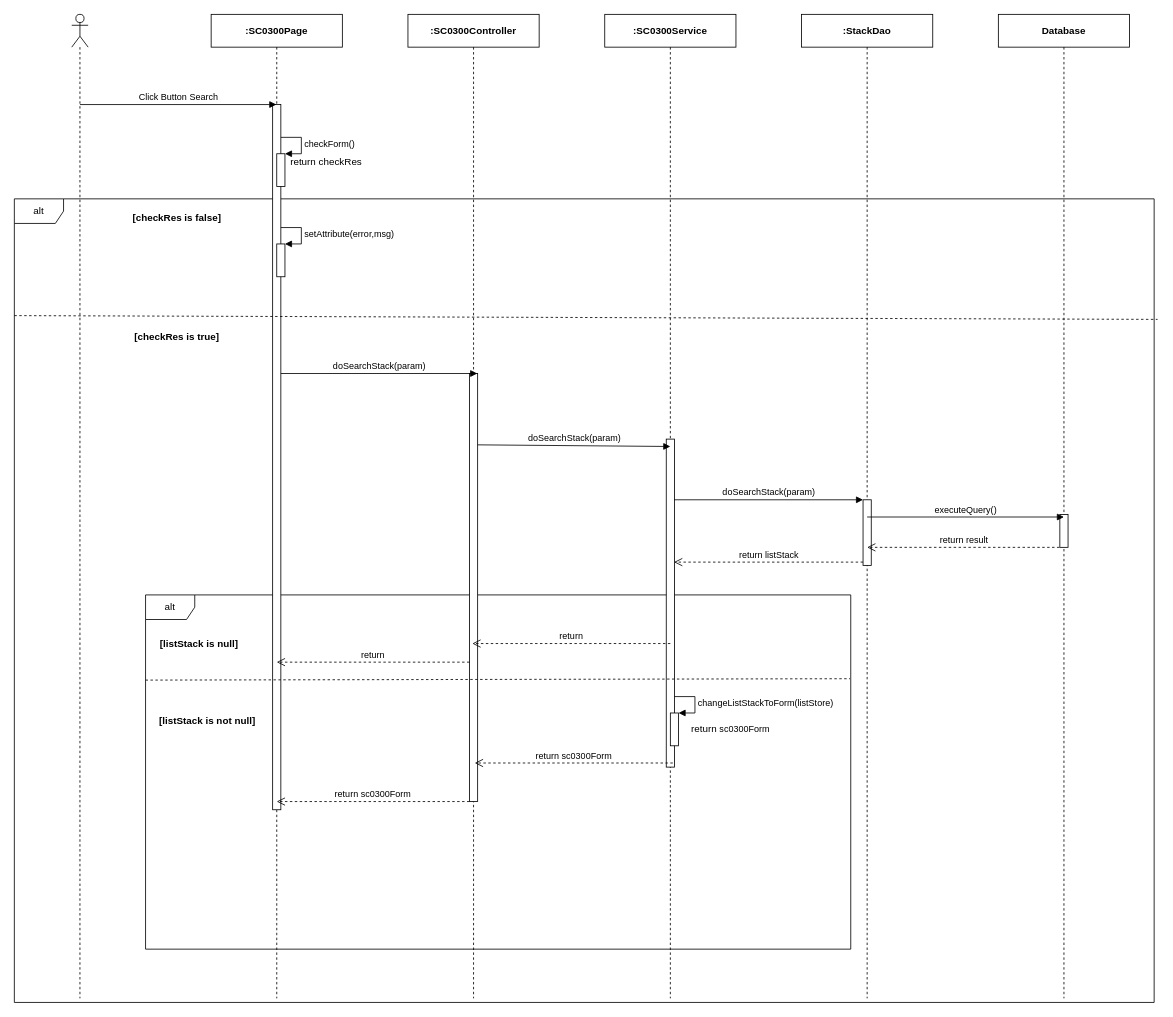
Earlier version of the draw.io diagram page "Ev02" (2 of 4) of 2. Approved/SEQ Diagram/sc03/SC0300_StackManage.drawio (luannmdev/CapstoneDocument). Source tidied: cells renumbered, new cells numbered last; positions are measured from the earlier drawing's top-left corner, leaving out a move shared by most shapes. Both pictures are drawn from the tidied source at 82%, with x=0, y=0 at pixel (14, 14).
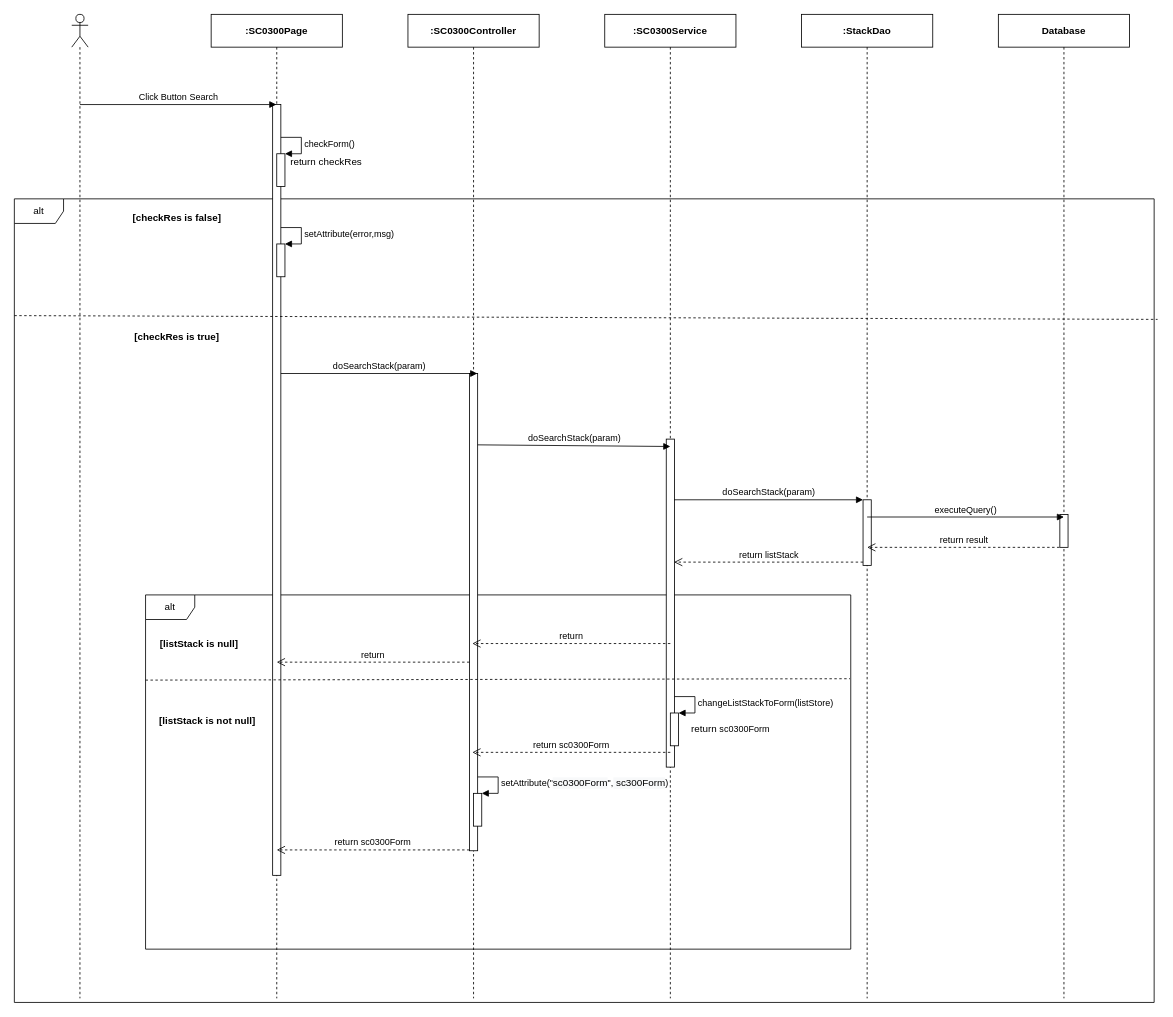
After the change.

Commit message (it also covers changes not shown here):
TruongTN add setAttribute for form

Unchanged cells that the change refers to:
```xml
<mxCell id="5" value="&lt;b&gt;:SC0300Page&lt;/b&gt;" style="shape=umlLifeline;perimeter=lifelinePerimeter;whiteSpace=wrap;html=1;outlineConnect=0;" parent="1" vertex="1">
  <mxGeometry x="240" width="160" height="1200" as="geometry" />
</mxCell>
<mxCell id="11" value="&lt;b&gt;:SC0300Controller&lt;/b&gt;" style="shape=umlLifeline;perimeter=lifelinePerimeter;whiteSpace=wrap;html=1;" parent="1" vertex="1">
  <mxGeometry x="480" width="160" height="1200" as="geometry" />
</mxCell>
```

Change to the diagram source:
```diff
@@
     <mxCell id="6" style="html=1;perimeter=orthogonalPerimeter;" parent="5" vertex="1">
-      <mxGeometry x="75" y="110" width="10" height="860" as="geometry" />
+      <mxGeometry x="75" y="110" width="10" height="940" as="geometry" />
     </mxCell>
@@
     <mxCell id="12" style="html=1;perimeter=orthogonalPerimeter;" parent="11" vertex="1">
-      <mxGeometry x="75" y="438" width="10" height="522" as="geometry" />
+      <mxGeometry x="75" y="438" width="10" height="582" as="geometry" />
     </mxCell>
+    <mxCell id="40" style="html=1;points=[];perimeter=orthogonalPerimeter;" parent="11" vertex="1">
+      <mxGeometry x="80" y="950" width="10" height="40" as="geometry" />
+    </mxCell>
+    <mxCell id="41" value="&lt;div style=&quot;text-align: center&quot;&gt;setAttribute(&quot;&lt;span style=&quot;font-size: 12px ; text-align: center ; background-color: rgb(248 , 249 , 250)&quot;&gt;sc0300Form&lt;/span&gt;&quot;,&lt;span style=&quot;font-size: 12px ; background-color: rgb(248 , 249 , 250)&quot;&gt;&amp;nbsp;sc300Form&lt;/span&gt;)&lt;/div&gt;" style="edgeStyle=orthogonalEdgeStyle;html=1;align=left;spacingLeft=2;endArrow=block;rounded=0;entryX=1;entryY=0;" parent="11" edge="1" target="40">
+      <mxGeometry relative="1" as="geometry">
+        <mxPoint x="85" y="930" as="sourcePoint" />
+        <Array as="points">
+          <mxPoint x="110" y="930" />
+        </Array>
+      </mxGeometry>
+    </mxCell>
@@
     <mxCell id="31" value="return&amp;nbsp;&lt;span style=&quot;text-align: left&quot;&gt;sc0300Form&lt;/span&gt;" style="html=1;verticalAlign=bottom;endArrow=open;dashed=1;endSize=8;" parent="1" edge="1">
       <mxGeometry relative="1" as="geometry">
-        <mxPoint x="803" y="913" as="sourcePoint" />
-        <mxPoint x="561.5" y="913" as="targetPoint" />
+        <mxPoint x="800" y="900" as="sourcePoint" />
+        <mxPoint x="558.5" y="900" as="targetPoint" />
       </mxGeometry>
     </mxCell>
@@
     <mxCell id="38" value="return&amp;nbsp;&lt;span style=&quot;text-align: left&quot;&gt;sc0300Form&lt;/span&gt;" style="html=1;verticalAlign=bottom;endArrow=open;dashed=1;endSize=8;" parent="1" edge="1">
       <mxGeometry relative="1" as="geometry">
-        <mxPoint x="555" y="960" as="sourcePoint" />
-        <mxPoint x="320" y="960" as="targetPoint" />
+        <mxPoint x="555" y="1019" as="sourcePoint" />
+        <mxPoint x="320" y="1019" as="targetPoint" />
       </mxGeometry>
     </mxCell>
```
